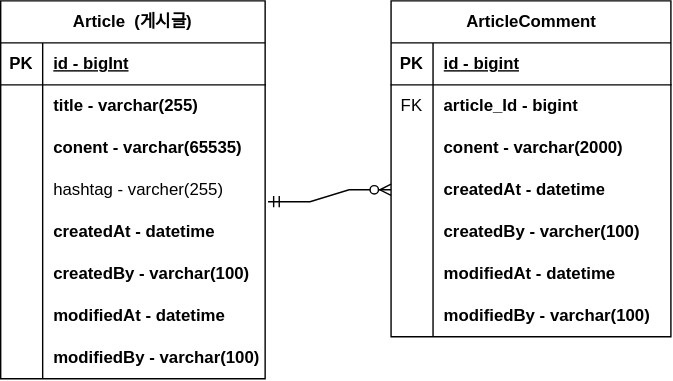
The draw.io diagram document/project-board-erd.svg in shong1332/java-project-board, before a commit. Source tidied: cells renumbered, new cells last; positions are measured from the earlier drawing's top-left corner, leaving out a move shared by most shapes.
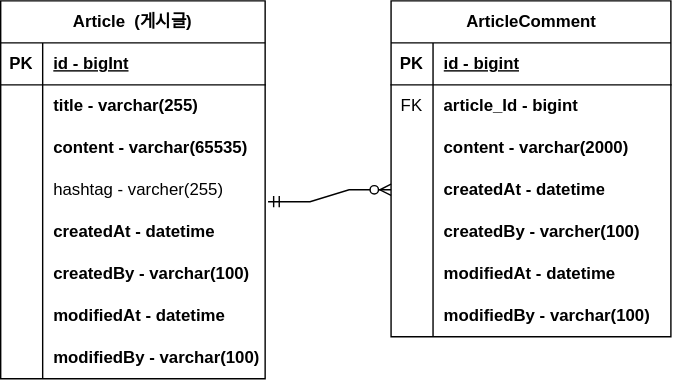
The same file after the commit.

What changed in the source:
```diff
@@ -29,7 +29,7 @@
     <mxCell id="10" style="shape=partialRectangle;fillColor=none;top=0;left=0;bottom=0;right=0;overflow=hidden;whiteSpace=wrap;html=1;" parent="9" vertex="1">
       <mxGeometry width="30" height="30" as="geometry" />
     </mxCell>
-    <mxCell id="11" value="conent - varchar(65535)" style="shape=partialRectangle;fillColor=none;top=0;left=0;bottom=0;right=0;align=left;spacingLeft=6;overflow=hidden;whiteSpace=wrap;html=1;fontStyle=1;" parent="9" vertex="1">
+    <mxCell id="11" value="content - varchar(65535)" style="shape=partialRectangle;fillColor=none;top=0;left=0;bottom=0;right=0;align=left;spacingLeft=6;overflow=hidden;whiteSpace=wrap;html=1;fontStyle=1;" parent="9" vertex="1">
       <mxGeometry x="30" width="159" height="30" as="geometry" />
     </mxCell>
     <mxCell id="12" style="shape=tableRow;horizontal=0;startSize=0;swimlaneHead=0;swimlaneBody=0;fillColor=none;points=[[0,0.5],[1,0.5]];portConstraint=eastwest;top=0;left=0;right=0;bottom=0;fontStyle=0;" parent="2" vertex="1">
@@ -104,7 +104,7 @@
     <mxCell id="35" style="shape=partialRectangle;fillColor=none;top=0;left=0;bottom=0;right=0;overflow=hidden;whiteSpace=wrap;html=1;" parent="34" vertex="1">
       <mxGeometry width="30" height="30" as="geometry" />
     </mxCell>
-    <mxCell id="36" value="conent - varchar(2000)" style="shape=partialRectangle;fillColor=none;top=0;left=0;bottom=0;right=0;align=left;spacingLeft=6;overflow=hidden;whiteSpace=wrap;html=1;fontStyle=1;" parent="34" vertex="1">
+    <mxCell id="36" value="content - varchar(2000)" style="shape=partialRectangle;fillColor=none;top=0;left=0;bottom=0;right=0;align=left;spacingLeft=6;overflow=hidden;whiteSpace=wrap;html=1;fontStyle=1;" parent="34" vertex="1">
       <mxGeometry x="30" width="170" height="30" as="geometry" />
     </mxCell>
     <mxCell id="37" style="shape=tableRow;horizontal=0;startSize=0;swimlaneHead=0;swimlaneBody=0;fillColor=none;points=[[0,0.5],[1,0.5]];portConstraint=eastwest;top=0;left=0;right=0;bottom=0;" parent="27" vertex="1">
```
